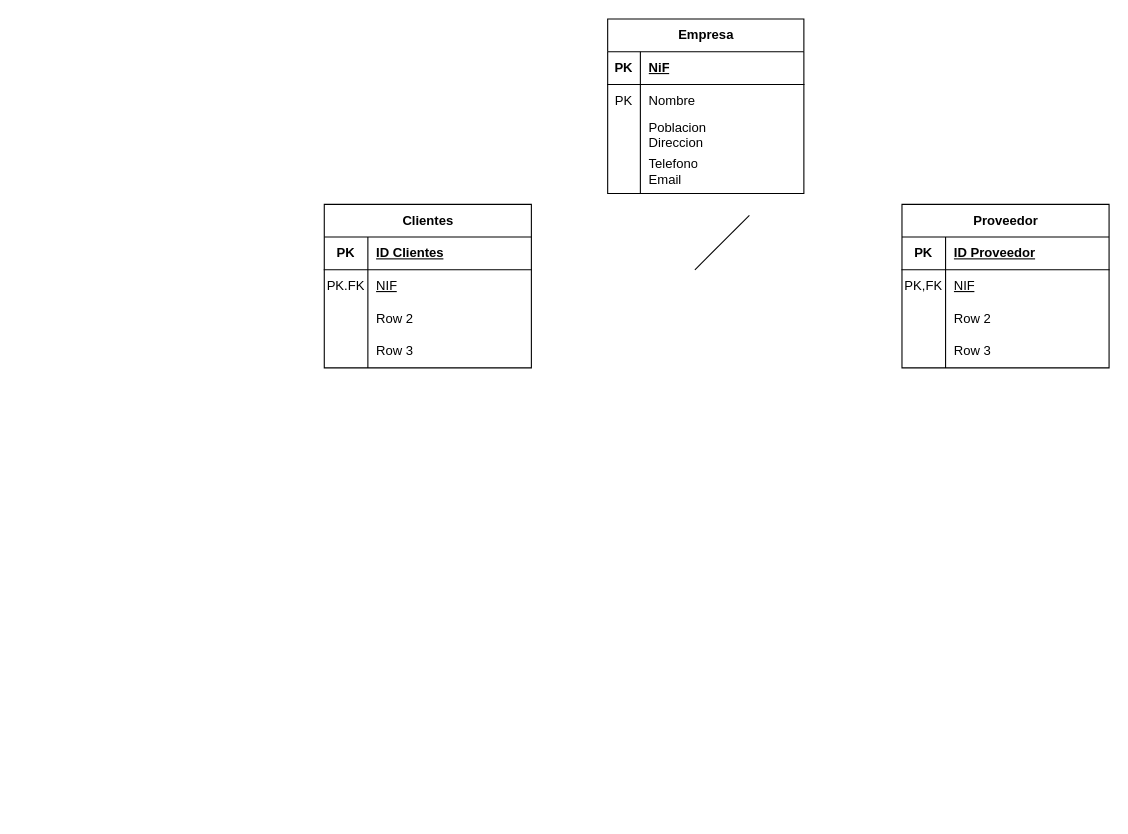
The draw.io diagram Unidad1/Tareas/MR Tarea1/Untitled Diagram.drawio in JVC0/Base-Datos, before the edit. Source tidied: cells renumbered, new cells numbered last; positions are measured from the earlier drawing's top-left corner, leaving out a move shared by most shapes. Both pictures are drawn from the tidied source at 109%, with x=0, y=0 at pixel (324, 19).
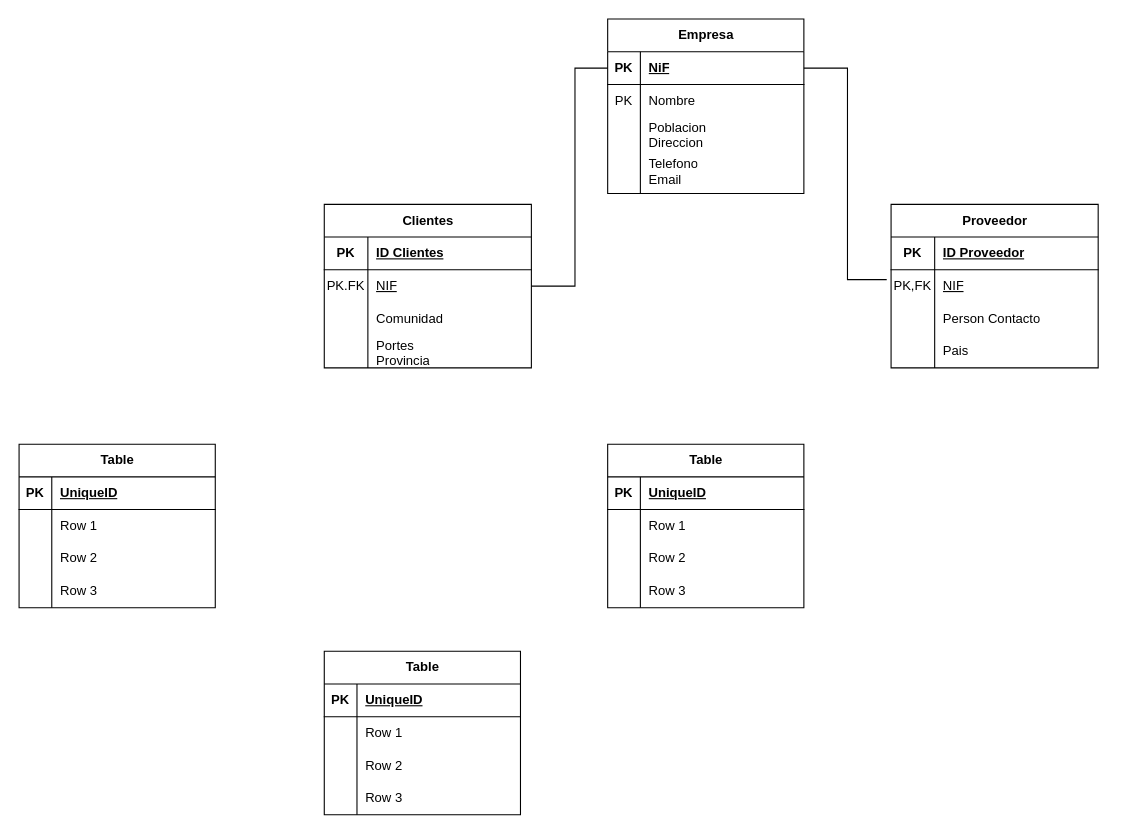
Above is the later version.

Unchanged cells that the change refers to:
```xml
<mxCell id="3" style="shape=tableRow;horizontal=0;startSize=0;swimlaneHead=0;swimlaneBody=0;fillColor=none;points=[[0,0.5],[1,0.5]];portConstraint=eastwest;top=0;left=0;right=0;bottom=1;" parent="2" vertex="1">
  <mxGeometry y="30" width="180" height="30" as="geometry" />
</mxCell>
<mxCell id="19" style="shape=tableRow;horizontal=0;startSize=0;swimlaneHead=0;swimlaneBody=0;fillColor=none;points=[[0,0.5],[1,0.5]];portConstraint=eastwest;top=0;left=0;right=0;bottom=0;" parent="15" vertex="1">
  <mxGeometry y="60" width="190" height="30" as="geometry" />
</mxCell>
<mxCell id="22" style="shape=tableRow;horizontal=0;startSize=0;swimlaneHead=0;swimlaneBody=0;fillColor=none;top=0;left=0;right=0;bottom=0;" parent="15" vertex="1">
  <mxGeometry y="90" width="190" height="30" as="geometry" />
</mxCell>
<mxCell id="25" style="shape=tableRow;horizontal=0;startSize=0;swimlaneHead=0;swimlaneBody=0;fillColor=none;top=0;left=0;right=0;bottom=0;" parent="15" vertex="1">
  <mxGeometry y="120" width="190" height="30" as="geometry" />
</mxCell>
<mxCell id="32" style="shape=tableRow;horizontal=0;startSize=0;swimlaneHead=0;swimlaneBody=0;fillColor=none;points=[[0,0.5],[1,0.5]];portConstraint=eastwest;top=0;left=0;right=0;bottom=0;" parent="28" vertex="1">
  <mxGeometry y="60" width="190" height="30" as="geometry" />
</mxCell>
<mxCell id="35" style="shape=tableRow;horizontal=0;startSize=0;swimlaneHead=0;swimlaneBody=0;fillColor=none;top=0;left=0;right=0;bottom=0;" parent="28" vertex="1">
  <mxGeometry y="90" width="190" height="30" as="geometry" />
</mxCell>
<mxCell id="38" style="shape=tableRow;horizontal=0;startSize=0;swimlaneHead=0;swimlaneBody=0;fillColor=none;top=0;left=0;right=0;bottom=0;" parent="28" vertex="1">
  <mxGeometry y="120" width="190" height="30" as="geometry" />
</mxCell>
```

Change to the diagram source:
```diff
@@
     <mxCell id="15" value="Proveedor" style="shape=table;startSize=30;childLayout=tableLayout;rowLines=0;fontStyle=1;align=center;html=1;" parent="1" vertex="1">
-      <mxGeometry x="530" y="170" width="190" height="150" as="geometry" />
+      <mxGeometry x="520" y="170" width="190" height="150" as="geometry" />
     </mxCell>
@@
-    <mxCell id="24" value="Row 2" style="shape=partialRectangle;fillColor=none;top=0;left=0;bottom=0;right=0;align=left;spacingLeft=6;overflow=hidden;whiteSpace=wrap;html=1;" parent="22" vertex="1">
+    <mxCell id="24" value="Person Contacto" style="shape=partialRectangle;fillColor=none;top=0;left=0;bottom=0;right=0;align=left;spacingLeft=6;overflow=hidden;whiteSpace=wrap;html=1;" parent="22" vertex="1">
       <mxGeometry x="40" width="150" height="30" as="geometry" />
     </mxCell>
@@
-    <mxCell id="27" value="Row 3" style="shape=partialRectangle;fillColor=none;top=0;left=0;bottom=0;right=0;align=left;spacingLeft=6;overflow=hidden;whiteSpace=wrap;html=1;" parent="25" vertex="1">
+    <mxCell id="27" value="Pais" style="shape=partialRectangle;fillColor=none;top=0;left=0;bottom=0;right=0;align=left;spacingLeft=6;overflow=hidden;whiteSpace=wrap;html=1;" parent="25" vertex="1">
       <mxGeometry x="40" width="150" height="30" as="geometry" />
     </mxCell>
@@
-    <mxCell id="37" value="Row 2" style="shape=partialRectangle;fillColor=none;top=0;left=0;bottom=0;right=0;align=left;spacingLeft=6;overflow=hidden;whiteSpace=wrap;html=1;" parent="35" vertex="1">
+    <mxCell id="37" value="Comunidad" style="shape=partialRectangle;fillColor=none;top=0;left=0;bottom=0;right=0;align=left;spacingLeft=6;overflow=hidden;whiteSpace=wrap;html=1;" parent="35" vertex="1">
       <mxGeometry x="40" width="150" height="30" as="geometry" />
     </mxCell>
@@
-    <mxCell id="40" value="Row 3" style="shape=partialRectangle;fillColor=none;top=0;left=0;bottom=0;right=0;align=left;spacingLeft=6;overflow=hidden;whiteSpace=wrap;html=1;" parent="38" vertex="1">
+    <mxCell id="40" value="Portes&lt;br&gt;Provincia" style="shape=partialRectangle;fillColor=none;top=0;left=0;bottom=0;right=0;align=left;spacingLeft=6;overflow=hidden;whiteSpace=wrap;html=1;" parent="38" vertex="1">
       <mxGeometry x="40" width="150" height="30" as="geometry" />
     </mxCell>
-    <mxCell id="41" style="endArrow=none;html=1;rounded=0;" parent="1" edge="1">
-      <mxGeometry relative="1" as="geometry">
-        <mxPoint x="340" y="230" as="sourcePoint" />
-        <mxPoint x="390" y="180" as="targetPoint" />
-      </mxGeometry>
-    </mxCell>
+    <mxCell id="42" style="endArrow=none;html=1;rounded=0;entryX=1;entryY=0.5;entryDx=0;entryDy=0;exitX=-0.021;exitY=0.3;exitDx=0;exitDy=0;exitPerimeter=0;" parent="1" edge="1" source="19" target="3">
+      <mxGeometry relative="1" as="geometry">
+        <Array as="points">
+          <mxPoint x="480" y="239" />
+          <mxPoint x="480" y="45" />
+        </Array>
+      </mxGeometry>
+    </mxCell>
+    <mxCell id="43" style="endArrow=none;html=1;rounded=0;entryX=0;entryY=0.5;entryDx=0;entryDy=0;exitX=1;exitY=0.5;exitDx=0;exitDy=0;" parent="1" edge="1" source="32" target="3">
+      <mxGeometry relative="1" as="geometry">
+        <Array as="points">
+          <mxPoint x="230" y="245" />
+          <mxPoint x="230" y="45" />
+        </Array>
+      </mxGeometry>
+    </mxCell>
+    <mxCell id="44" value="Table" style="shape=table;startSize=30;childLayout=tableLayout;rowLines=0;fontStyle=1;align=center;html=1;" parent="1" vertex="1">
+      <mxGeometry x="260" y="390" width="180" height="150" as="geometry" />
+    </mxCell>
+    <mxCell id="45" style="shape=tableRow;horizontal=0;startSize=0;swimlaneHead=0;swimlaneBody=0;fillColor=none;top=0;left=0;right=0;bottom=1;" parent="44" vertex="1">
+      <mxGeometry y="30" width="180" height="30" as="geometry" />
+    </mxCell>
+    <mxCell id="46" value="PK" style="shape=partialRectangle;fillColor=none;top=0;left=0;bottom=0;right=0;fontStyle=1;overflow=hidden;whiteSpace=wrap;html=1;" parent="45" vertex="1">
+      <mxGeometry width="30" height="30" as="geometry" />
+    </mxCell>
+    <mxCell id="47" value="UniqueID" style="shape=partialRectangle;fillColor=none;top=0;left=0;bottom=0;right=0;align=left;spacingLeft=6;fontStyle=5;overflow=hidden;whiteSpace=wrap;html=1;" parent="45" vertex="1">
+      <mxGeometry x="30" width="150" height="30" as="geometry" />
+    </mxCell>
+    <mxCell id="48" style="shape=tableRow;horizontal=0;startSize=0;swimlaneHead=0;swimlaneBody=0;fillColor=none;top=0;left=0;right=0;bottom=0;" parent="44" vertex="1">
+      <mxGeometry y="60" width="180" height="30" as="geometry" />
+    </mxCell>
+    <mxCell id="49" style="shape=partialRectangle;fillColor=none;top=0;left=0;bottom=0;right=0;overflow=hidden;whiteSpace=wrap;html=1;" parent="48" vertex="1">
+      <mxGeometry width="30" height="30" as="geometry" />
+    </mxCell>
+    <mxCell id="50" value="Row 1" style="shape=partialRectangle;fillColor=none;top=0;left=0;bottom=0;right=0;align=left;spacingLeft=6;overflow=hidden;whiteSpace=wrap;html=1;" parent="48" vertex="1">
+      <mxGeometry x="30" width="150" height="30" as="geometry" />
+    </mxCell>
+    <mxCell id="51" style="shape=tableRow;horizontal=0;startSize=0;swimlaneHead=0;swimlaneBody=0;fillColor=none;top=0;left=0;right=0;bottom=0;" parent="44" vertex="1">
+      <mxGeometry y="90" width="180" height="30" as="geometry" />
+    </mxCell>
+    <mxCell id="52" style="shape=partialRectangle;fillColor=none;top=0;left=0;bottom=0;right=0;overflow=hidden;whiteSpace=wrap;html=1;" parent="51" vertex="1">
+      <mxGeometry width="30" height="30" as="geometry" />
+    </mxCell>
+    <mxCell id="53" value="Row 2" style="shape=partialRectangle;fillColor=none;top=0;left=0;bottom=0;right=0;align=left;spacingLeft=6;overflow=hidden;whiteSpace=wrap;html=1;" parent="51" vertex="1">
+      <mxGeometry x="30" width="150" height="30" as="geometry" />
+    </mxCell>
+    <mxCell id="54" style="shape=tableRow;horizontal=0;startSize=0;swimlaneHead=0;swimlaneBody=0;fillColor=none;top=0;left=0;right=0;bottom=0;" parent="44" vertex="1">
+      <mxGeometry y="120" width="180" height="30" as="geometry" />
+    </mxCell>
+    <mxCell id="55" style="shape=partialRectangle;fillColor=none;top=0;left=0;bottom=0;right=0;overflow=hidden;whiteSpace=wrap;html=1;" parent="54" vertex="1">
+      <mxGeometry width="30" height="30" as="geometry" />
+    </mxCell>
+    <mxCell id="56" value="Row 3" style="shape=partialRectangle;fillColor=none;top=0;left=0;bottom=0;right=0;align=left;spacingLeft=6;overflow=hidden;whiteSpace=wrap;html=1;" parent="54" vertex="1">
+      <mxGeometry x="30" width="150" height="30" as="geometry" />
+    </mxCell>
+    <mxCell id="57" value="Table" style="shape=table;startSize=30;childLayout=tableLayout;rowLines=0;fontStyle=1;align=center;html=1;" parent="1" vertex="1">
+      <mxGeometry y="580" width="180" height="150" as="geometry" />
+    </mxCell>
+    <mxCell id="58" style="shape=tableRow;horizontal=0;startSize=0;swimlaneHead=0;swimlaneBody=0;fillColor=none;top=0;left=0;right=0;bottom=1;" parent="57" vertex="1">
+      <mxGeometry y="30" width="180" height="30" as="geometry" />
+    </mxCell>
+    <mxCell id="59" value="PK" style="shape=partialRectangle;fillColor=none;top=0;left=0;bottom=0;right=0;fontStyle=1;overflow=hidden;whiteSpace=wrap;html=1;" parent="58" vertex="1">
+      <mxGeometry width="30" height="30" as="geometry" />
+    </mxCell>
+    <mxCell id="60" value="UniqueID" style="shape=partialRectangle;fillColor=none;top=0;left=0;bottom=0;right=0;align=left;spacingLeft=6;fontStyle=5;overflow=hidden;whiteSpace=wrap;html=1;" parent="58" vertex="1">
+      <mxGeometry x="30" width="150" height="30" as="geometry" />
+    </mxCell>
+    <mxCell id="61" style="shape=tableRow;horizontal=0;startSize=0;swimlaneHead=0;swimlaneBody=0;fillColor=none;top=0;left=0;right=0;bottom=0;" parent="57" vertex="1">
+      <mxGeometry y="60" width="180" height="30" as="geometry" />
+    </mxCell>
+    <mxCell id="62" style="shape=partialRectangle;fillColor=none;top=0;left=0;bottom=0;right=0;overflow=hidden;whiteSpace=wrap;html=1;" parent="61" vertex="1">
+      <mxGeometry width="30" height="30" as="geometry" />
+    </mxCell>
+    <mxCell id="63" value="Row 1" style="shape=partialRectangle;fillColor=none;top=0;left=0;bottom=0;right=0;align=left;spacingLeft=6;overflow=hidden;whiteSpace=wrap;html=1;" parent="61" vertex="1">
+      <mxGeometry x="30" width="150" height="30" as="geometry" />
+    </mxCell>
+    <mxCell id="64" style="shape=tableRow;horizontal=0;startSize=0;swimlaneHead=0;swimlaneBody=0;fillColor=none;top=0;left=0;right=0;bottom=0;" parent="57" vertex="1">
+      <mxGeometry y="90" width="180" height="30" as="geometry" />
+    </mxCell>
+    <mxCell id="65" style="shape=partialRectangle;fillColor=none;top=0;left=0;bottom=0;right=0;overflow=hidden;whiteSpace=wrap;html=1;" parent="64" vertex="1">
+      <mxGeometry width="30" height="30" as="geometry" />
+    </mxCell>
+    <mxCell id="66" value="Row 2" style="shape=partialRectangle;fillColor=none;top=0;left=0;bottom=0;right=0;align=left;spacingLeft=6;overflow=hidden;whiteSpace=wrap;html=1;" parent="64" vertex="1">
+      <mxGeometry x="30" width="150" height="30" as="geometry" />
+    </mxCell>
+    <mxCell id="67" style="shape=tableRow;horizontal=0;startSize=0;swimlaneHead=0;swimlaneBody=0;fillColor=none;top=0;left=0;right=0;bottom=0;" parent="57" vertex="1">
+      <mxGeometry y="120" width="180" height="30" as="geometry" />
+    </mxCell>
+    <mxCell id="68" style="shape=partialRectangle;fillColor=none;top=0;left=0;bottom=0;right=0;overflow=hidden;whiteSpace=wrap;html=1;" parent="67" vertex="1">
+      <mxGeometry width="30" height="30" as="geometry" />
+    </mxCell>
+    <mxCell id="69" value="Row 3" style="shape=partialRectangle;fillColor=none;top=0;left=0;bottom=0;right=0;align=left;spacingLeft=6;overflow=hidden;whiteSpace=wrap;html=1;" parent="67" vertex="1">
+      <mxGeometry x="30" width="150" height="30" as="geometry" />
+    </mxCell>
+    <mxCell id="70" value="Table" style="shape=table;startSize=30;childLayout=tableLayout;rowLines=0;fontStyle=1;align=center;html=1;" parent="1" vertex="1">
+      <mxGeometry x="-280" y="390" width="180" height="150" as="geometry" />
+    </mxCell>
+    <mxCell id="71" style="shape=tableRow;horizontal=0;startSize=0;swimlaneHead=0;swimlaneBody=0;fillColor=none;top=0;left=0;right=0;bottom=1;" parent="70" vertex="1">
+      <mxGeometry y="30" width="180" height="30" as="geometry" />
+    </mxCell>
+    <mxCell id="72" value="PK" style="shape=partialRectangle;fillColor=none;top=0;left=0;bottom=0;right=0;fontStyle=1;overflow=hidden;whiteSpace=wrap;html=1;" parent="71" vertex="1">
+      <mxGeometry width="30" height="30" as="geometry" />
+    </mxCell>
+    <mxCell id="73" value="UniqueID" style="shape=partialRectangle;fillColor=none;top=0;left=0;bottom=0;right=0;align=left;spacingLeft=6;fontStyle=5;overflow=hidden;whiteSpace=wrap;html=1;" parent="71" vertex="1">
+      <mxGeometry x="30" width="150" height="30" as="geometry" />
+    </mxCell>
+    <mxCell id="74" style="shape=tableRow;horizontal=0;startSize=0;swimlaneHead=0;swimlaneBody=0;fillColor=none;top=0;left=0;right=0;bottom=0;" parent="70" vertex="1">
+      <mxGeometry y="60" width="180" height="30" as="geometry" />
+    </mxCell>
+    <mxCell id="75" style="shape=partialRectangle;fillColor=none;top=0;left=0;bottom=0;right=0;overflow=hidden;whiteSpace=wrap;html=1;" parent="74" vertex="1">
+      <mxGeometry width="30" height="30" as="geometry" />
+    </mxCell>
+    <mxCell id="76" value="Row 1" style="shape=partialRectangle;fillColor=none;top=0;left=0;bottom=0;right=0;align=left;spacingLeft=6;overflow=hidden;whiteSpace=wrap;html=1;" parent="74" vertex="1">
+      <mxGeometry x="30" width="150" height="30" as="geometry" />
+    </mxCell>
+    <mxCell id="77" style="shape=tableRow;horizontal=0;startSize=0;swimlaneHead=0;swimlaneBody=0;fillColor=none;top=0;left=0;right=0;bottom=0;" parent="70" vertex="1">
+      <mxGeometry y="90" width="180" height="30" as="geometry" />
+    </mxCell>
+    <mxCell id="78" style="shape=partialRectangle;fillColor=none;top=0;left=0;bottom=0;right=0;overflow=hidden;whiteSpace=wrap;html=1;" parent="77" vertex="1">
+      <mxGeometry width="30" height="30" as="geometry" />
+    </mxCell>
+    <mxCell id="79" value="Row 2" style="shape=partialRectangle;fillColor=none;top=0;left=0;bottom=0;right=0;align=left;spacingLeft=6;overflow=hidden;whiteSpace=wrap;html=1;" parent="77" vertex="1">
+      <mxGeometry x="30" width="150" height="30" as="geometry" />
+    </mxCell>
+    <mxCell id="80" style="shape=tableRow;horizontal=0;startSize=0;swimlaneHead=0;swimlaneBody=0;fillColor=none;top=0;left=0;right=0;bottom=0;" parent="70" vertex="1">
+      <mxGeometry y="120" width="180" height="30" as="geometry" />
+    </mxCell>
+    <mxCell id="81" style="shape=partialRectangle;fillColor=none;top=0;left=0;bottom=0;right=0;overflow=hidden;whiteSpace=wrap;html=1;" parent="80" vertex="1">
+      <mxGeometry width="30" height="30" as="geometry" />
+    </mxCell>
+    <mxCell id="82" value="Row 3" style="shape=partialRectangle;fillColor=none;top=0;left=0;bottom=0;right=0;align=left;spacingLeft=6;overflow=hidden;whiteSpace=wrap;html=1;" parent="80" vertex="1">
+      <mxGeometry x="30" width="150" height="30" as="geometry" />
+    </mxCell>
```
